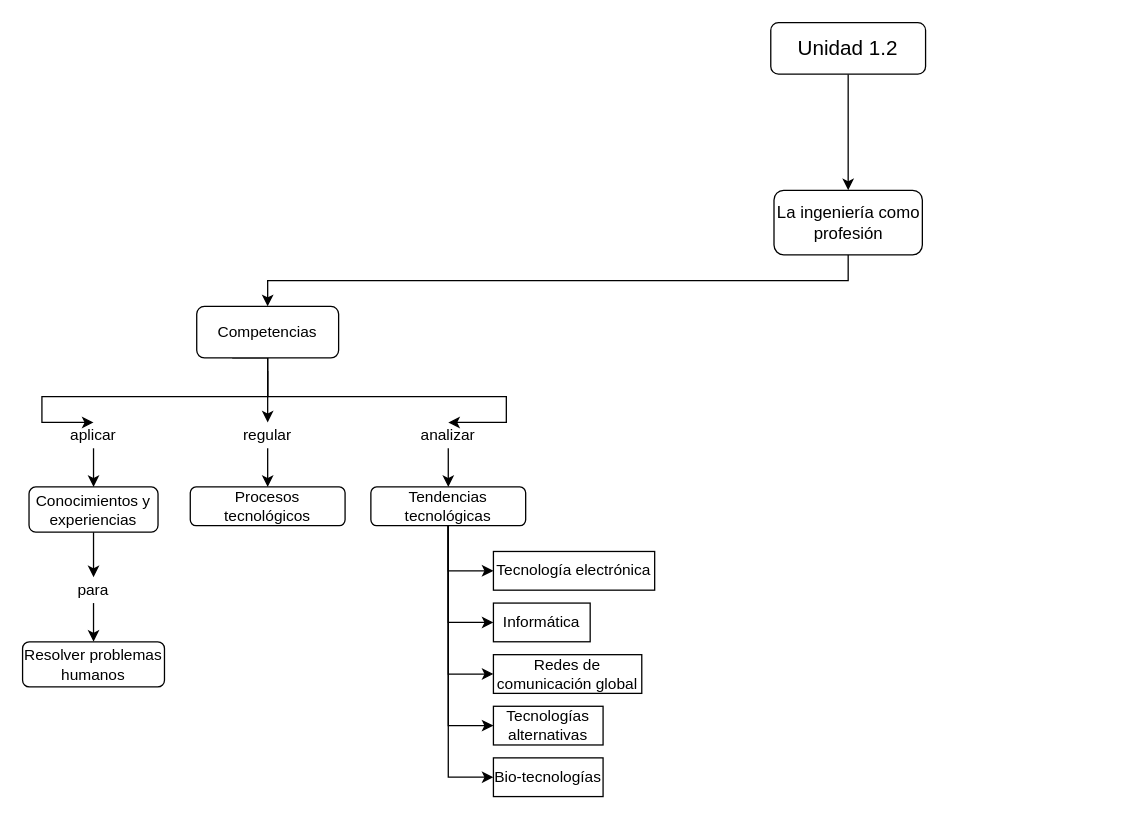
The draw.io diagram Diagrama sin título.drawio in DreynosKS/CPP, before the edit. Source tidied: cells renumbered, new cells numbered last; positions are measured from the earlier drawing's top-left corner, leaving out a move shared by most shapes. Both pictures are drawn from the tidied source at 129%, with x=0, y=0 at pixel (22, 22).
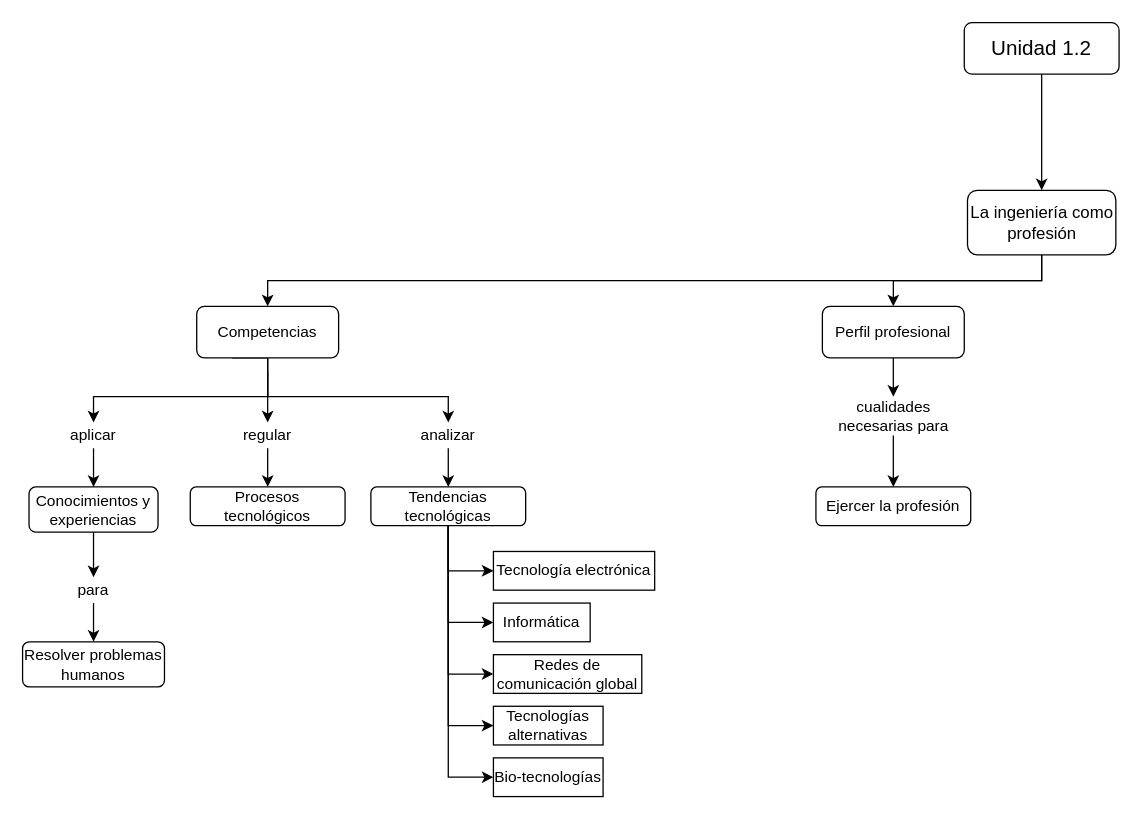
After the change.

The change refers to these unchanged cells:
```xml
<mxCell id="7" value="aplicar" style="text;html=1;align=center;verticalAlign=middle;whiteSpace=wrap;rounded=0;" parent="1" vertex="1">
  <mxGeometry x="30" y="310" width="50" height="20" as="geometry" />
</mxCell>
<mxCell id="19" value="Competencias" style="rounded=1;whiteSpace=wrap;html=1;" parent="1" vertex="1">
  <mxGeometry x="135" y="220" width="110" height="40" as="geometry" />
</mxCell>
<mxCell id="21" value="analizar" style="text;html=1;align=center;verticalAlign=middle;whiteSpace=wrap;rounded=0;" parent="1" vertex="1">
  <mxGeometry x="305" y="310" width="50" height="20" as="geometry" />
</mxCell>
```

Change to the diagram source:
```diff
@@
     <mxCell id="2" style="edgeStyle=orthogonalEdgeStyle;rounded=0;jettySize=auto;html=1;exitX=0.5;exitY=1;exitDx=0;exitDy=0;" parent="1" edge="1" source="3">
       <mxGeometry relative="1" as="geometry">
-        <mxPoint x="640" y="130" as="targetPoint" />
+        <mxPoint x="790" y="130" as="targetPoint" />
       </mxGeometry>
     </mxCell>
     <mxCell id="3" value="&lt;font style=&quot;font-size: 16px;&quot;&gt;Unidad 1.2&lt;/font&gt;" style="rounded=1;whiteSpace=wrap;html=1;" parent="1" vertex="1">
-      <mxGeometry x="580" width="120" height="40" as="geometry" />
+      <mxGeometry x="730" width="120" height="40" as="geometry" />
     </mxCell>
@@
+    <mxCell id="33" style="edgeStyle=orthogonalEdgeStyle;rounded=0;jettySize=auto;html=1;entryX=0.5;entryY=0;entryDx=0;entryDy=0;" parent="1" edge="1" source="5" target="35">
+      <mxGeometry relative="1" as="geometry">
+        <Array as="points">
+          <mxPoint x="790" y="200" />
+          <mxPoint x="675" y="200" />
+        </Array>
+      </mxGeometry>
+    </mxCell>
     <mxCell id="5" value="&lt;font style=&quot;font-size: 13px;&quot;&gt;La ingeniería como profesión&lt;/font&gt;" style="rounded=1;whiteSpace=wrap;html=1;" parent="1" vertex="1">
-      <mxGeometry x="582.5" y="130" width="115" height="50" as="geometry" />
+      <mxGeometry x="732.5" y="130" width="115" height="50" as="geometry" />
     </mxCell>
@@
     <mxCell id="17" style="edgeStyle=orthogonalEdgeStyle;rounded=0;jettySize=auto;html=1;entryX=0.5;entryY=0;entryDx=0;entryDy=0;exitX=0.25;exitY=1;exitDx=0;exitDy=0;" parent="1" edge="1" source="19" target="7">
       <mxGeometry relative="1" as="geometry">
         <Array as="points">
           <mxPoint x="190" y="260" />
           <mxPoint x="190" y="290" />
-          <mxPoint x="15" y="290" />
+          <mxPoint x="55" y="290" />
         </Array>
       </mxGeometry>
     </mxCell>
     <mxCell id="18" style="edgeStyle=orthogonalEdgeStyle;rounded=0;jettySize=auto;html=1;entryX=0.5;entryY=0;entryDx=0;entryDy=0;" parent="1" edge="1" source="19" target="21">
       <mxGeometry relative="1" as="geometry">
         <Array as="points">
           <mxPoint x="190" y="290" />
-          <mxPoint x="375" y="290" />
+          <mxPoint x="330" y="290" />
         </Array>
       </mxGeometry>
     </mxCell>
@@
+    <mxCell id="34" style="edgeStyle=orthogonalEdgeStyle;rounded=0;jettySize=auto;html=1;exitX=0.5;exitY=1;exitDx=0;exitDy=0;entryX=0.5;entryY=0;entryDx=0;entryDy=0;" parent="1" edge="1" source="35" target="37">
+      <mxGeometry relative="1" as="geometry" />
+    </mxCell>
+    <mxCell id="35" value="Perfil profesional" style="rounded=1;whiteSpace=wrap;html=1;" parent="1" vertex="1">
+      <mxGeometry x="620" y="220" width="110" height="40" as="geometry" />
+    </mxCell>
+    <mxCell id="36" style="edgeStyle=orthogonalEdgeStyle;rounded=0;jettySize=auto;html=1;exitX=0.5;exitY=1;exitDx=0;exitDy=0;entryX=0.5;entryY=0;entryDx=0;entryDy=0;" parent="1" edge="1" source="37" target="38">
+      <mxGeometry relative="1" as="geometry" />
+    </mxCell>
+    <mxCell id="37" value="cualidades necesarias para" style="text;html=1;align=center;verticalAlign=middle;whiteSpace=wrap;rounded=0;" parent="1" vertex="1">
+      <mxGeometry x="627.5" y="290" width="95" height="30" as="geometry" />
+    </mxCell>
+    <mxCell id="38" value="Ejercer la profesión" style="rounded=1;whiteSpace=wrap;html=1;" parent="1" vertex="1">
+      <mxGeometry x="615" y="360" width="120" height="30" as="geometry" />
+    </mxCell>
```
